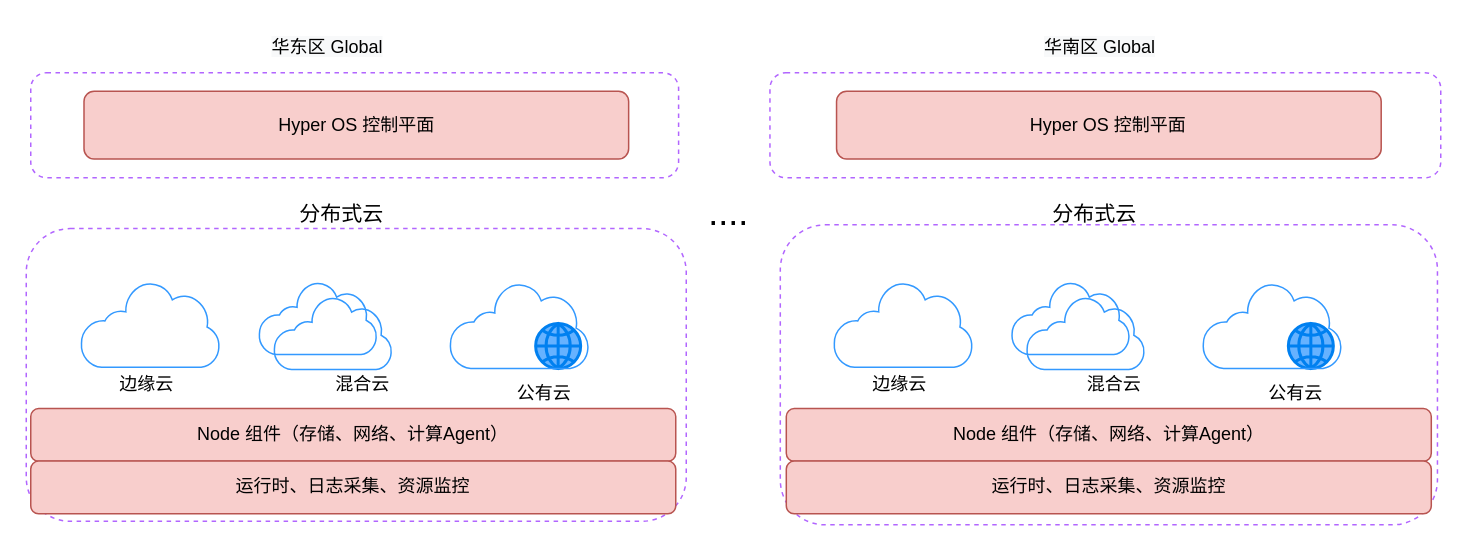
This is page "部署" (4 of 8) of cloud-edge-softarch.drawio from lmxia/system_designs, a draw.io file, before an edit. Source tidied: cells renumbered, new cells numbered last; positions are measured from the earlier drawing's top-left corner, leaving out a move shared by most shapes. Both pictures are drawn from the tidied source at 150%, with x=0, y=0 at pixel (26, 26).
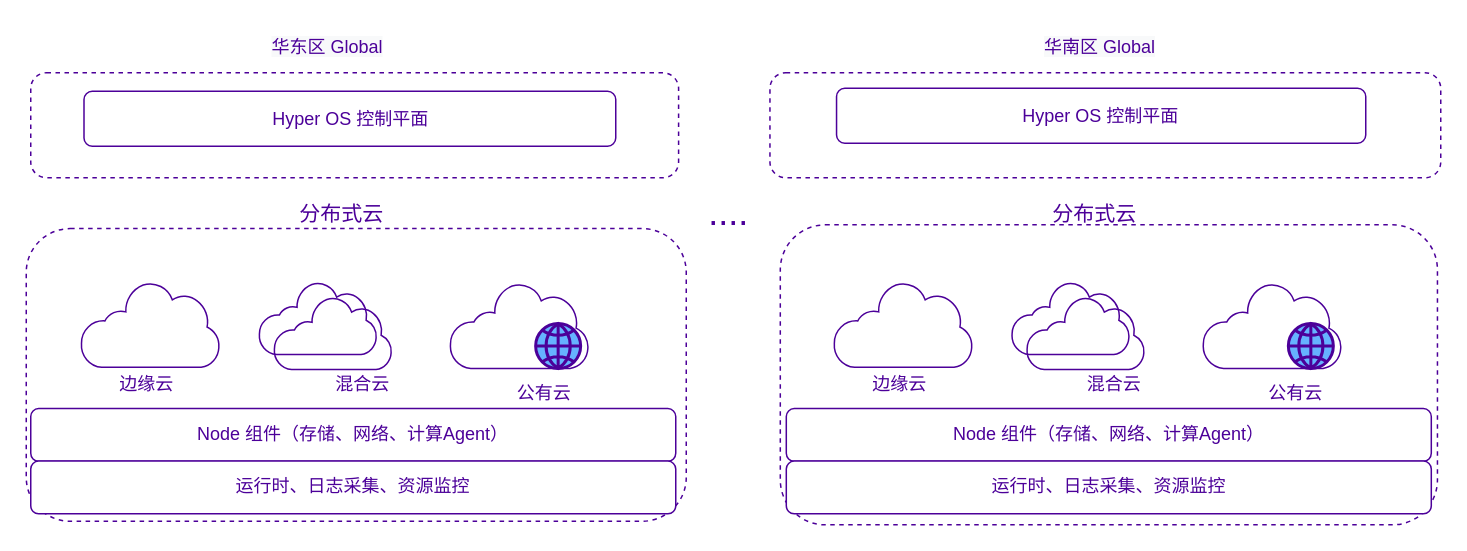
Above is the later version.

Change to the diagram source:
```diff
@@
-    <mxCell id="2" style="rounded=1;whiteSpace=wrap;html=1;dashed=1;fillColor=none;strokeColor=#B266FF;" parent="1" vertex="1">
+    <mxCell id="2" style="rounded=1;whiteSpace=wrap;html=1;dashed=1;fillColor=none;strokeColor=#4C0099;fontColor=#4C0099;" parent="1" vertex="1">
       <mxGeometry x="3" y="31" width="431.9" height="70" as="geometry" />
     </mxCell>
-    <mxCell id="3" value="Hyper OS 控制平面" style="whiteSpace=wrap;html=1;rounded=1;strokeColor=#b85450;fillColor=#f8cecc;" parent="1" vertex="1">
-      <mxGeometry x="38.5" y="43.4" width="363.1" height="45.1" as="geometry" />
+    <mxCell id="3" value="Hyper OS 控制平面" style="whiteSpace=wrap;html=1;rounded=1;strokeColor=#4C0099;fontColor=#4C0099;fillColor=none;" parent="1" vertex="1">
+      <mxGeometry x="38.5" y="43.4" width="354.5" height="36.6" as="geometry" />
     </mxCell>
-    <mxCell id="4" style="rounded=1;whiteSpace=wrap;html=1;fillColor=none;dashed=1;strokeColor=#B266FF;" parent="1" vertex="1">
+    <mxCell id="4" style="rounded=1;whiteSpace=wrap;html=1;fillColor=none;dashed=1;strokeColor=#4C0099;fontColor=#4C0099;" parent="1" vertex="1">
       <mxGeometry y="134.9" width="440" height="195.1" as="geometry" />
     </mxCell>
-    <mxCell id="5" value="&lt;font style=&quot;font-size: 14px&quot;&gt;分布式云&lt;/font&gt;" style="text;html=1;align=center;verticalAlign=middle;fillColor=none;strokeColor=none;rounded=0;dashed=1;" parent="1" vertex="1">
+    <mxCell id="5" value="&lt;font style=&quot;font-size: 14px&quot;&gt;分布式云&lt;/font&gt;" style="text;html=1;align=center;verticalAlign=middle;fillColor=none;rounded=0;dashed=1;fontColor=#4C0099;" parent="1" vertex="1">
       <mxGeometry x="174.9" y="115" width="70" height="20" as="geometry" />
     </mxCell>
-    <mxCell id="6" style="shadow=0;dashed=0;html=1;labelPosition=center;verticalLabelPosition=bottom;verticalAlign=top;align=center;shape=mxgraph.mscae.enterprise.internet;fillColor=none;strokeColor=#3399FF;" parent="1" vertex="1">
+    <mxCell id="6" style="shadow=0;dashed=0;html=1;labelPosition=center;verticalLabelPosition=bottom;verticalAlign=top;align=center;shape=mxgraph.mscae.enterprise.internet;fillColor=none;strokeColor=#4C0099;fontColor=#4C0099;" parent="1" vertex="1">
       <mxGeometry x="36.2" y="170" width="92.7" height="57.4" as="geometry" />
     </mxCell>
-    <mxCell id="7" style="html=1;verticalLabelPosition=bottom;align=center;labelBackgroundColor=#ffffff;verticalAlign=top;strokeWidth=2;strokeColor=#0080F0;shadow=0;dashed=0;shape=mxgraph.ios7.icons.globe;fillColor=#66B2FF;gradientColor=none;" parent="1" vertex="1">
+    <mxCell id="7" style="html=1;verticalLabelPosition=bottom;align=center;labelBackgroundColor=#ffffff;verticalAlign=top;strokeWidth=2;shadow=0;dashed=0;shape=mxgraph.ios7.icons.globe;fillColor=#66B2FF;gradientColor=none;strokeColor=#4C0099;fontColor=#4C0099;" parent="1" vertex="1">
       <mxGeometry x="339.6" y="198.2" width="30" height="30" as="geometry" />
     </mxCell>
-    <mxCell id="8" style="shadow=0;dashed=0;html=1;labelPosition=center;verticalLabelPosition=bottom;verticalAlign=top;align=center;shape=mxgraph.mscae.enterprise.internet;fillColor=none;strokeColor=#3399FF;" parent="1" vertex="1">
+    <mxCell id="8" style="shadow=0;dashed=0;html=1;labelPosition=center;verticalLabelPosition=bottom;verticalAlign=top;align=center;shape=mxgraph.mscae.enterprise.internet;fillColor=none;strokeColor=#4C0099;fontColor=#4C0099;" parent="1" vertex="1">
       <mxGeometry x="154.9" y="170" width="78.8" height="48.9" as="geometry" />
     </mxCell>
-    <mxCell id="9" style="shadow=0;dashed=0;html=1;labelPosition=center;verticalLabelPosition=bottom;verticalAlign=top;align=center;shape=mxgraph.mscae.enterprise.internet;fillColor=none;strokeColor=#3399FF;" parent="1" vertex="1">
+    <mxCell id="9" style="shadow=0;dashed=0;html=1;labelPosition=center;verticalLabelPosition=bottom;verticalAlign=top;align=center;shape=mxgraph.mscae.enterprise.internet;fillColor=none;strokeColor=#4C0099;fontColor=#4C0099;" parent="1" vertex="1">
       <mxGeometry x="282.2" y="170.7" width="92.7" height="57.4" as="geometry" />
     </mxCell>
-    <mxCell id="10" value="混合云" style="text;html=1;align=center;verticalAlign=middle;fillColor=none;strokeColor=none;rounded=0;" parent="1" vertex="1">
+    <mxCell id="10" value="混合云" style="text;html=1;align=center;verticalAlign=middle;fillColor=none;rounded=0;fontColor=#4C0099;" parent="1" vertex="1">
       <mxGeometry x="198.5" y="228.9" width="50" height="20" as="geometry" />
     </mxCell>
-    <mxCell id="11" value="边缘云" style="text;html=1;align=center;verticalAlign=middle;fillColor=none;strokeColor=none;rounded=0;" parent="1" vertex="1">
+    <mxCell id="11" value="边缘云" style="text;html=1;align=center;verticalAlign=middle;fillColor=none;rounded=0;fontColor=#4C0099;" parent="1" vertex="1">
       <mxGeometry x="54.9" y="228.9" width="50" height="20" as="geometry" />
     </mxCell>
-    <mxCell id="12" value="公有云" style="text;html=1;align=center;verticalAlign=middle;fillColor=none;strokeColor=none;rounded=0;" parent="1" vertex="1">
+    <mxCell id="12" value="公有云" style="text;html=1;align=center;verticalAlign=middle;rounded=0;fontColor=#4C0099;fillColor=#ffffff;" parent="1" vertex="1">
       <mxGeometry x="319.6" y="234.9" width="50" height="20" as="geometry" />
     </mxCell>
-    <mxCell id="13" style="shadow=0;dashed=0;html=1;labelPosition=center;verticalLabelPosition=bottom;verticalAlign=top;align=center;shape=mxgraph.mscae.enterprise.internet;fillColor=none;strokeColor=#3399FF;" parent="1" vertex="1">
+    <mxCell id="13" style="shadow=0;dashed=0;html=1;labelPosition=center;verticalLabelPosition=bottom;verticalAlign=top;align=center;shape=mxgraph.mscae.enterprise.internet;fillColor=none;strokeColor=#4C0099;fontColor=#4C0099;" parent="1" vertex="1">
       <mxGeometry x="164.9" y="180" width="78.8" height="48.9" as="geometry" />
     </mxCell>
-    <mxCell id="14" value="&lt;span style=&quot;color: rgb(0 , 0 , 0) ; font-family: &amp;#34;helvetica&amp;#34; ; font-size: 12px ; font-style: normal ; font-weight: 400 ; letter-spacing: normal ; text-align: center ; text-indent: 0px ; text-transform: none ; word-spacing: 0px ; background-color: rgb(248 , 249 , 250) ; display: inline ; float: none&quot;&gt;&lt;span style=&quot;font-family: &amp;#34;helvetica&amp;#34;&quot;&gt;华东区 Global&lt;/span&gt;&lt;/span&gt;" style="text;whiteSpace=wrap;html=1;" parent="1" vertex="1">
+    <mxCell id="14" value="&lt;span style=&quot;font-family: helvetica; font-size: 12px; font-style: normal; font-weight: 400; letter-spacing: normal; text-align: center; text-indent: 0px; text-transform: none; word-spacing: 0px; background-color: rgb(248, 249, 250); display: inline; float: none;&quot;&gt;&lt;span style=&quot;font-family: &amp;quot;helvetica&amp;quot;&quot;&gt;华东区 Global&lt;/span&gt;&lt;/span&gt;" style="text;whiteSpace=wrap;html=1;fontColor=#4C0099;" parent="1" vertex="1">
       <mxGeometry x="161.6" width="114.7" height="30" as="geometry" />
     </mxCell>
-    <mxCell id="15" value="Node 组件（存储、网络、计算Agent）" style="whiteSpace=wrap;html=1;rounded=1;strokeColor=#b85450;fillColor=#f8cecc;" parent="1" vertex="1">
+    <mxCell id="15" value="Node 组件（存储、网络、计算Agent）" style="whiteSpace=wrap;html=1;rounded=1;strokeColor=#4C0099;fontColor=#4C0099;" parent="1" vertex="1">
       <mxGeometry x="3" y="254.9" width="430" height="35.1" as="geometry" />
     </mxCell>
-    <mxCell id="16" style="rounded=1;whiteSpace=wrap;html=1;fillColor=none;dashed=1;strokeColor=#B266FF;" parent="1" vertex="1">
+    <mxCell id="16" style="rounded=1;whiteSpace=wrap;html=1;fillColor=none;dashed=1;strokeColor=#4C0099;fontColor=#4C0099;" parent="1" vertex="1">
       <mxGeometry x="502.7" y="132.4" width="438.1" height="200" as="geometry" />
     </mxCell>
-    <mxCell id="17" value="&lt;font style=&quot;font-size: 14px&quot;&gt;分布式云&lt;/font&gt;" style="text;html=1;align=center;verticalAlign=middle;fillColor=none;strokeColor=none;rounded=0;dashed=1;" parent="1" vertex="1">
+    <mxCell id="17" value="&lt;font style=&quot;font-size: 14px&quot;&gt;分布式云&lt;/font&gt;" style="text;html=1;align=center;verticalAlign=middle;fillColor=none;rounded=0;dashed=1;fontColor=#4C0099;" parent="1" vertex="1">
       <mxGeometry x="676.7" y="115" width="70" height="20" as="geometry" />
     </mxCell>
-    <mxCell id="18" style="shadow=0;dashed=0;html=1;labelPosition=center;verticalLabelPosition=bottom;verticalAlign=top;align=center;shape=mxgraph.mscae.enterprise.internet;fillColor=none;strokeColor=#3399FF;" parent="1" vertex="1">
+    <mxCell id="18" style="shadow=0;dashed=0;html=1;labelPosition=center;verticalLabelPosition=bottom;verticalAlign=top;align=center;shape=mxgraph.mscae.enterprise.internet;fillColor=none;strokeColor=#4C0099;fontColor=#4C0099;" parent="1" vertex="1">
       <mxGeometry x="538.1" y="170" width="92.7" height="57.4" as="geometry" />
     </mxCell>
-    <mxCell id="19" style="html=1;verticalLabelPosition=bottom;align=center;labelBackgroundColor=#ffffff;verticalAlign=top;strokeWidth=2;strokeColor=#0080F0;shadow=0;dashed=0;shape=mxgraph.ios7.icons.globe;fillColor=#66B2FF;gradientColor=none;" parent="1" vertex="1">
+    <mxCell id="19" style="html=1;verticalLabelPosition=bottom;align=center;labelBackgroundColor=#ffffff;verticalAlign=top;strokeWidth=2;shadow=0;dashed=0;shape=mxgraph.ios7.icons.globe;fillColor=#66B2FF;gradientColor=none;strokeColor=#4C0099;fontColor=#4C0099;" parent="1" vertex="1">
       <mxGeometry x="841.4" y="198.2" width="30" height="30" as="geometry" />
     </mxCell>
-    <mxCell id="20" style="shadow=0;dashed=0;html=1;labelPosition=center;verticalLabelPosition=bottom;verticalAlign=top;align=center;shape=mxgraph.mscae.enterprise.internet;fillColor=none;strokeColor=#3399FF;" parent="1" vertex="1">
+    <mxCell id="20" style="shadow=0;dashed=0;html=1;labelPosition=center;verticalLabelPosition=bottom;verticalAlign=top;align=center;shape=mxgraph.mscae.enterprise.internet;fillColor=none;strokeColor=#4C0099;fontColor=#4C0099;" parent="1" vertex="1">
       <mxGeometry x="656.7" y="170" width="78.8" height="48.9" as="geometry" />
     </mxCell>
-    <mxCell id="21" style="shadow=0;dashed=0;html=1;labelPosition=center;verticalLabelPosition=bottom;verticalAlign=top;align=center;shape=mxgraph.mscae.enterprise.internet;fillColor=none;strokeColor=#3399FF;" parent="1" vertex="1">
+    <mxCell id="21" style="shadow=0;dashed=0;html=1;labelPosition=center;verticalLabelPosition=bottom;verticalAlign=top;align=center;shape=mxgraph.mscae.enterprise.internet;fillColor=none;strokeColor=#4C0099;fontColor=#4C0099;" parent="1" vertex="1">
       <mxGeometry x="784.1" y="170.7" width="92.7" height="57.4" as="geometry" />
     </mxCell>
-    <mxCell id="22" value="混合云" style="text;html=1;align=center;verticalAlign=middle;fillColor=none;strokeColor=none;rounded=0;" parent="1" vertex="1">
+    <mxCell id="22" value="混合云" style="text;html=1;align=center;verticalAlign=middle;fillColor=none;rounded=0;fontColor=#4C0099;" parent="1" vertex="1">
       <mxGeometry x="700.4" y="228.9" width="50" height="20" as="geometry" />
     </mxCell>
-    <mxCell id="23" value="边缘云" style="text;html=1;align=center;verticalAlign=middle;fillColor=none;strokeColor=none;rounded=0;" parent="1" vertex="1">
+    <mxCell id="23" value="边缘云" style="text;html=1;align=center;verticalAlign=middle;fillColor=none;rounded=0;fontColor=#4C0099;" parent="1" vertex="1">
       <mxGeometry x="556.7" y="228.9" width="50" height="20" as="geometry" />
     </mxCell>
-    <mxCell id="24" value="公有云" style="text;html=1;align=center;verticalAlign=middle;fillColor=none;strokeColor=none;rounded=0;" parent="1" vertex="1">
+    <mxCell id="24" value="公有云" style="text;html=1;align=center;verticalAlign=middle;rounded=0;fontColor=#4C0099;fillColor=#ffffff;" parent="1" vertex="1">
       <mxGeometry x="821.4" y="234.9" width="50" height="20" as="geometry" />
     </mxCell>
-    <mxCell id="25" style="shadow=0;dashed=0;html=1;labelPosition=center;verticalLabelPosition=bottom;verticalAlign=top;align=center;shape=mxgraph.mscae.enterprise.internet;fillColor=none;strokeColor=#3399FF;" parent="1" vertex="1">
+    <mxCell id="25" style="shadow=0;dashed=0;html=1;labelPosition=center;verticalLabelPosition=bottom;verticalAlign=top;align=center;shape=mxgraph.mscae.enterprise.internet;fillColor=none;strokeColor=#4C0099;fontColor=#4C0099;" parent="1" vertex="1">
       <mxGeometry x="666.7" y="180" width="78.8" height="48.9" as="geometry" />
     </mxCell>
-    <mxCell id="26" value="&lt;span style=&quot;color: rgb(0 , 0 , 0) ; font-family: &amp;#34;helvetica&amp;#34; ; font-size: 12px ; font-style: normal ; font-weight: 400 ; letter-spacing: normal ; text-align: center ; text-indent: 0px ; text-transform: none ; word-spacing: 0px ; background-color: rgb(248 , 249 , 250) ; display: inline ; float: none&quot;&gt;&lt;span style=&quot;font-family: &amp;#34;helvetica&amp;#34;&quot;&gt;华南区 Global&lt;/span&gt;&lt;/span&gt;" style="text;whiteSpace=wrap;html=1;" parent="1" vertex="1">
+    <mxCell id="26" value="&lt;span style=&quot;font-family: helvetica; font-size: 12px; font-style: normal; font-weight: 400; letter-spacing: normal; text-align: center; text-indent: 0px; text-transform: none; word-spacing: 0px; background-color: rgb(248, 249, 250); display: inline; float: none;&quot;&gt;&lt;span style=&quot;font-family: &amp;quot;helvetica&amp;quot;&quot;&gt;华南区 Global&lt;/span&gt;&lt;/span&gt;" style="text;whiteSpace=wrap;html=1;fontColor=#4C0099;" parent="1" vertex="1">
       <mxGeometry x="676.7" width="114.7" height="30" as="geometry" />
     </mxCell>
-    <mxCell id="27" value="&lt;font style=&quot;font-size: 24px&quot;&gt;....&lt;/font&gt;" style="text;html=1;align=center;verticalAlign=middle;fillColor=none;strokeColor=none;rounded=0;dashed=1;" parent="1" vertex="1">
+    <mxCell id="27" value="&lt;font style=&quot;font-size: 24px&quot;&gt;....&lt;/font&gt;" style="text;html=1;align=center;verticalAlign=middle;fillColor=none;rounded=0;dashed=1;fontColor=#4C0099;" parent="1" vertex="1">
       <mxGeometry x="448" y="115" width="40" height="20" as="geometry" />
     </mxCell>
-    <mxCell id="28" style="rounded=1;whiteSpace=wrap;html=1;dashed=1;fillColor=none;strokeColor=#B266FF;" parent="1" vertex="1">
+    <mxCell id="28" style="rounded=1;whiteSpace=wrap;html=1;dashed=1;fillColor=none;strokeColor=#4C0099;fontColor=#4C0099;" parent="1" vertex="1">
       <mxGeometry x="495.8" y="31" width="447.2" height="70" as="geometry" />
     </mxCell>
-    <mxCell id="29" value="运行时、日志采集、资源监控" style="whiteSpace=wrap;html=1;rounded=1;strokeColor=#b85450;fillColor=#f8cecc;" parent="1" vertex="1">
+    <mxCell id="29" value="运行时、日志采集、资源监控" style="whiteSpace=wrap;html=1;rounded=1;strokeColor=#4C0099;fontColor=#4C0099;" parent="1" vertex="1">
       <mxGeometry x="3" y="289.9" width="430" height="35.1" as="geometry" />
     </mxCell>
-    <mxCell id="30" value="Node 组件（存储、网络、计算Agent）" style="whiteSpace=wrap;html=1;rounded=1;strokeColor=#b85450;fillColor=#f8cecc;" parent="1" vertex="1">
+    <mxCell id="30" value="Node 组件（存储、网络、计算Agent）" style="whiteSpace=wrap;html=1;rounded=1;strokeColor=#4C0099;fontColor=#4C0099;" parent="1" vertex="1">
       <mxGeometry x="506.7" y="254.9" width="430" height="35.1" as="geometry" />
     </mxCell>
-    <mxCell id="31" value="运行时、日志采集、资源监控" style="whiteSpace=wrap;html=1;rounded=1;strokeColor=#b85450;fillColor=#f8cecc;" parent="1" vertex="1">
+    <mxCell id="31" value="运行时、日志采集、资源监控" style="whiteSpace=wrap;html=1;rounded=1;strokeColor=#4C0099;fontColor=#4C0099;" parent="1" vertex="1">
       <mxGeometry x="506.7" y="289.9" width="430" height="35.1" as="geometry" />
     </mxCell>
-    <mxCell id="32" value="Hyper OS 控制平面" style="whiteSpace=wrap;html=1;rounded=1;strokeColor=#b85450;fillColor=#f8cecc;" parent="1" vertex="1">
-      <mxGeometry x="540.2" y="43.4" width="363.1" height="45.1" as="geometry" />
+    <mxCell id="32" value="Hyper OS 控制平面" style="whiteSpace=wrap;html=1;rounded=1;strokeColor=#4C0099;fontColor=#4C0099;fillColor=none;" parent="1" vertex="1">
+      <mxGeometry x="540.2" y="41.4" width="352.8" height="36.6" as="geometry" />
     </mxCell>
```
